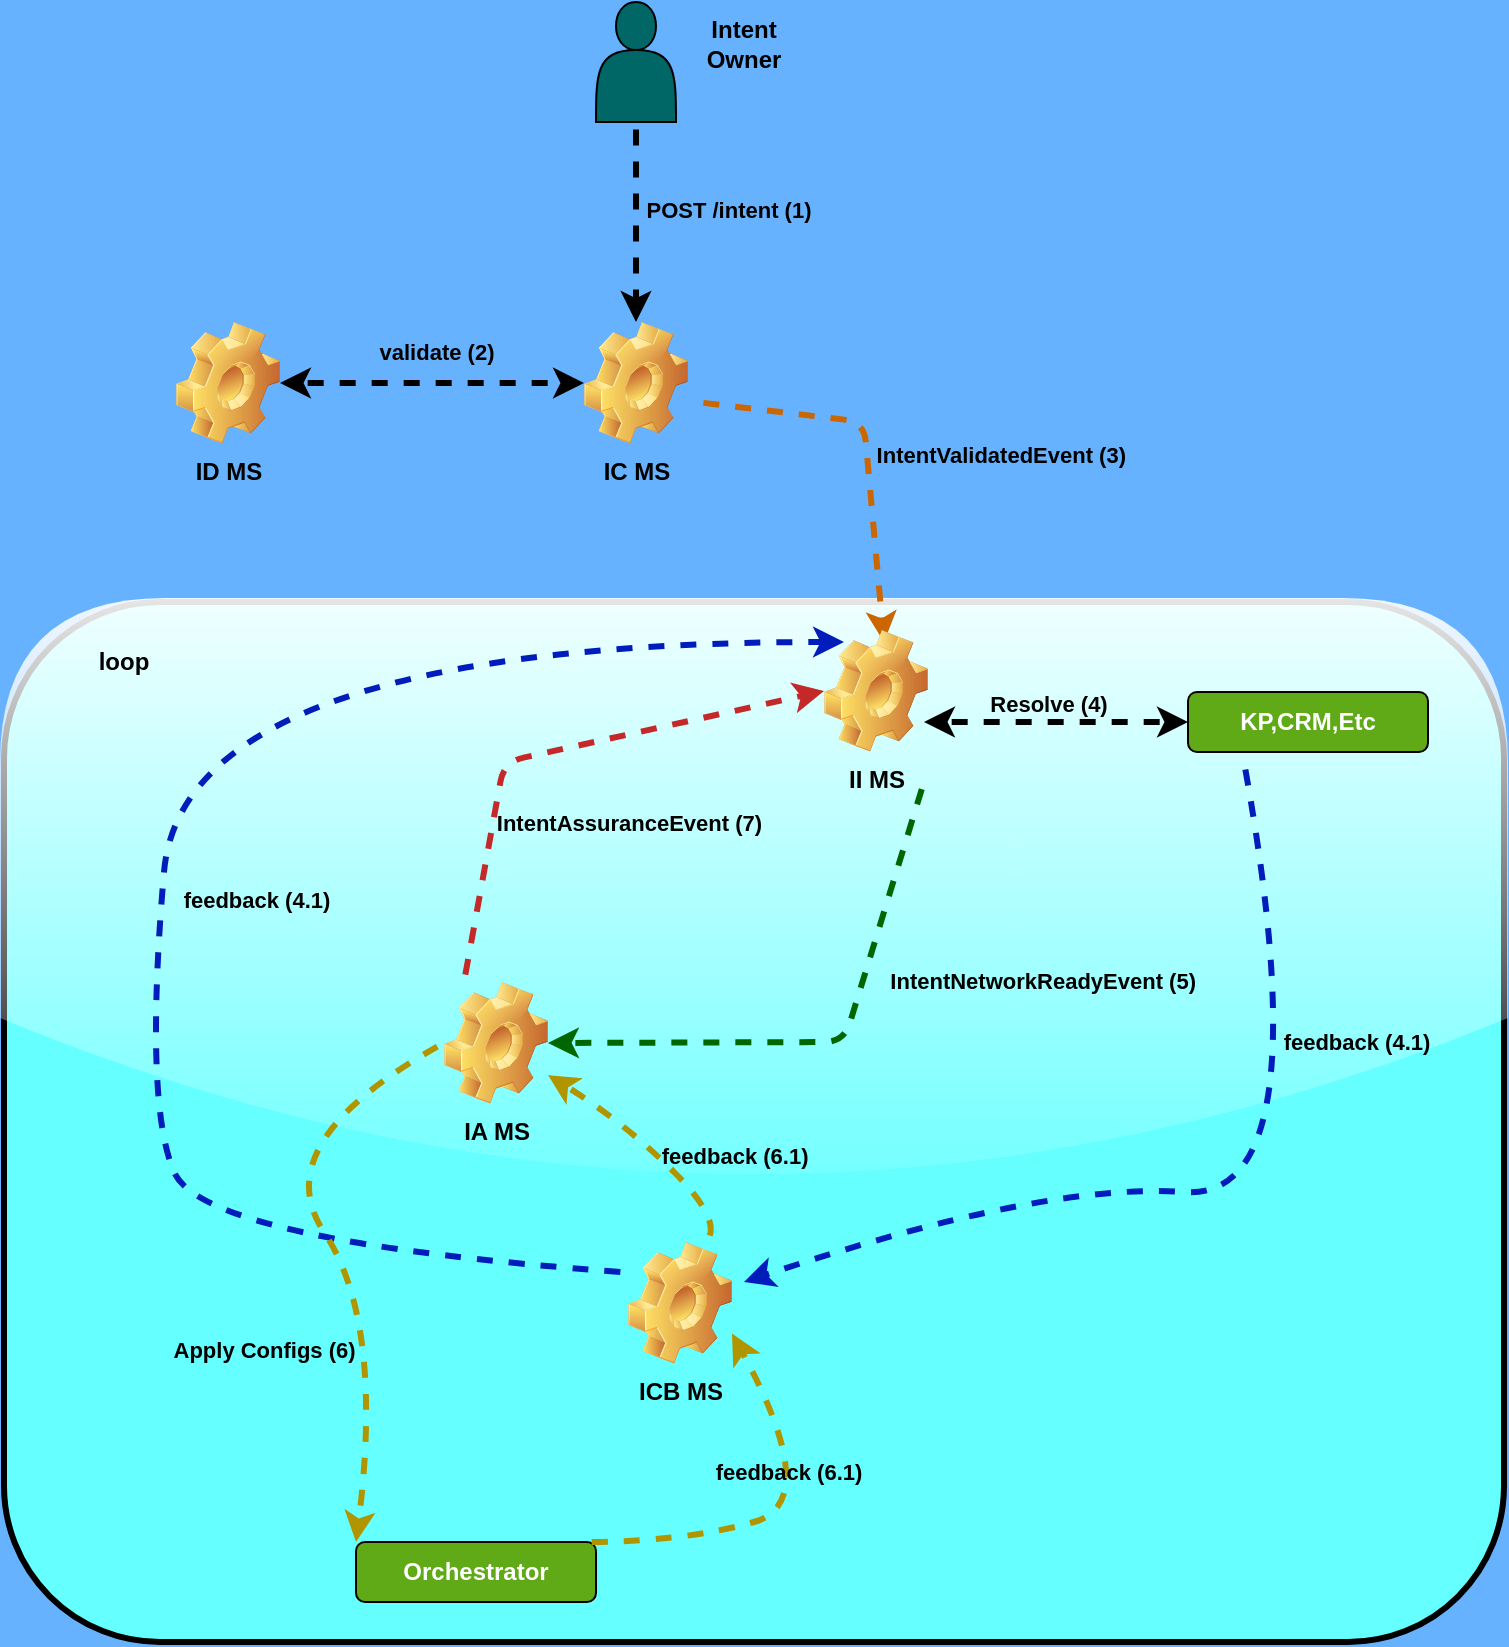
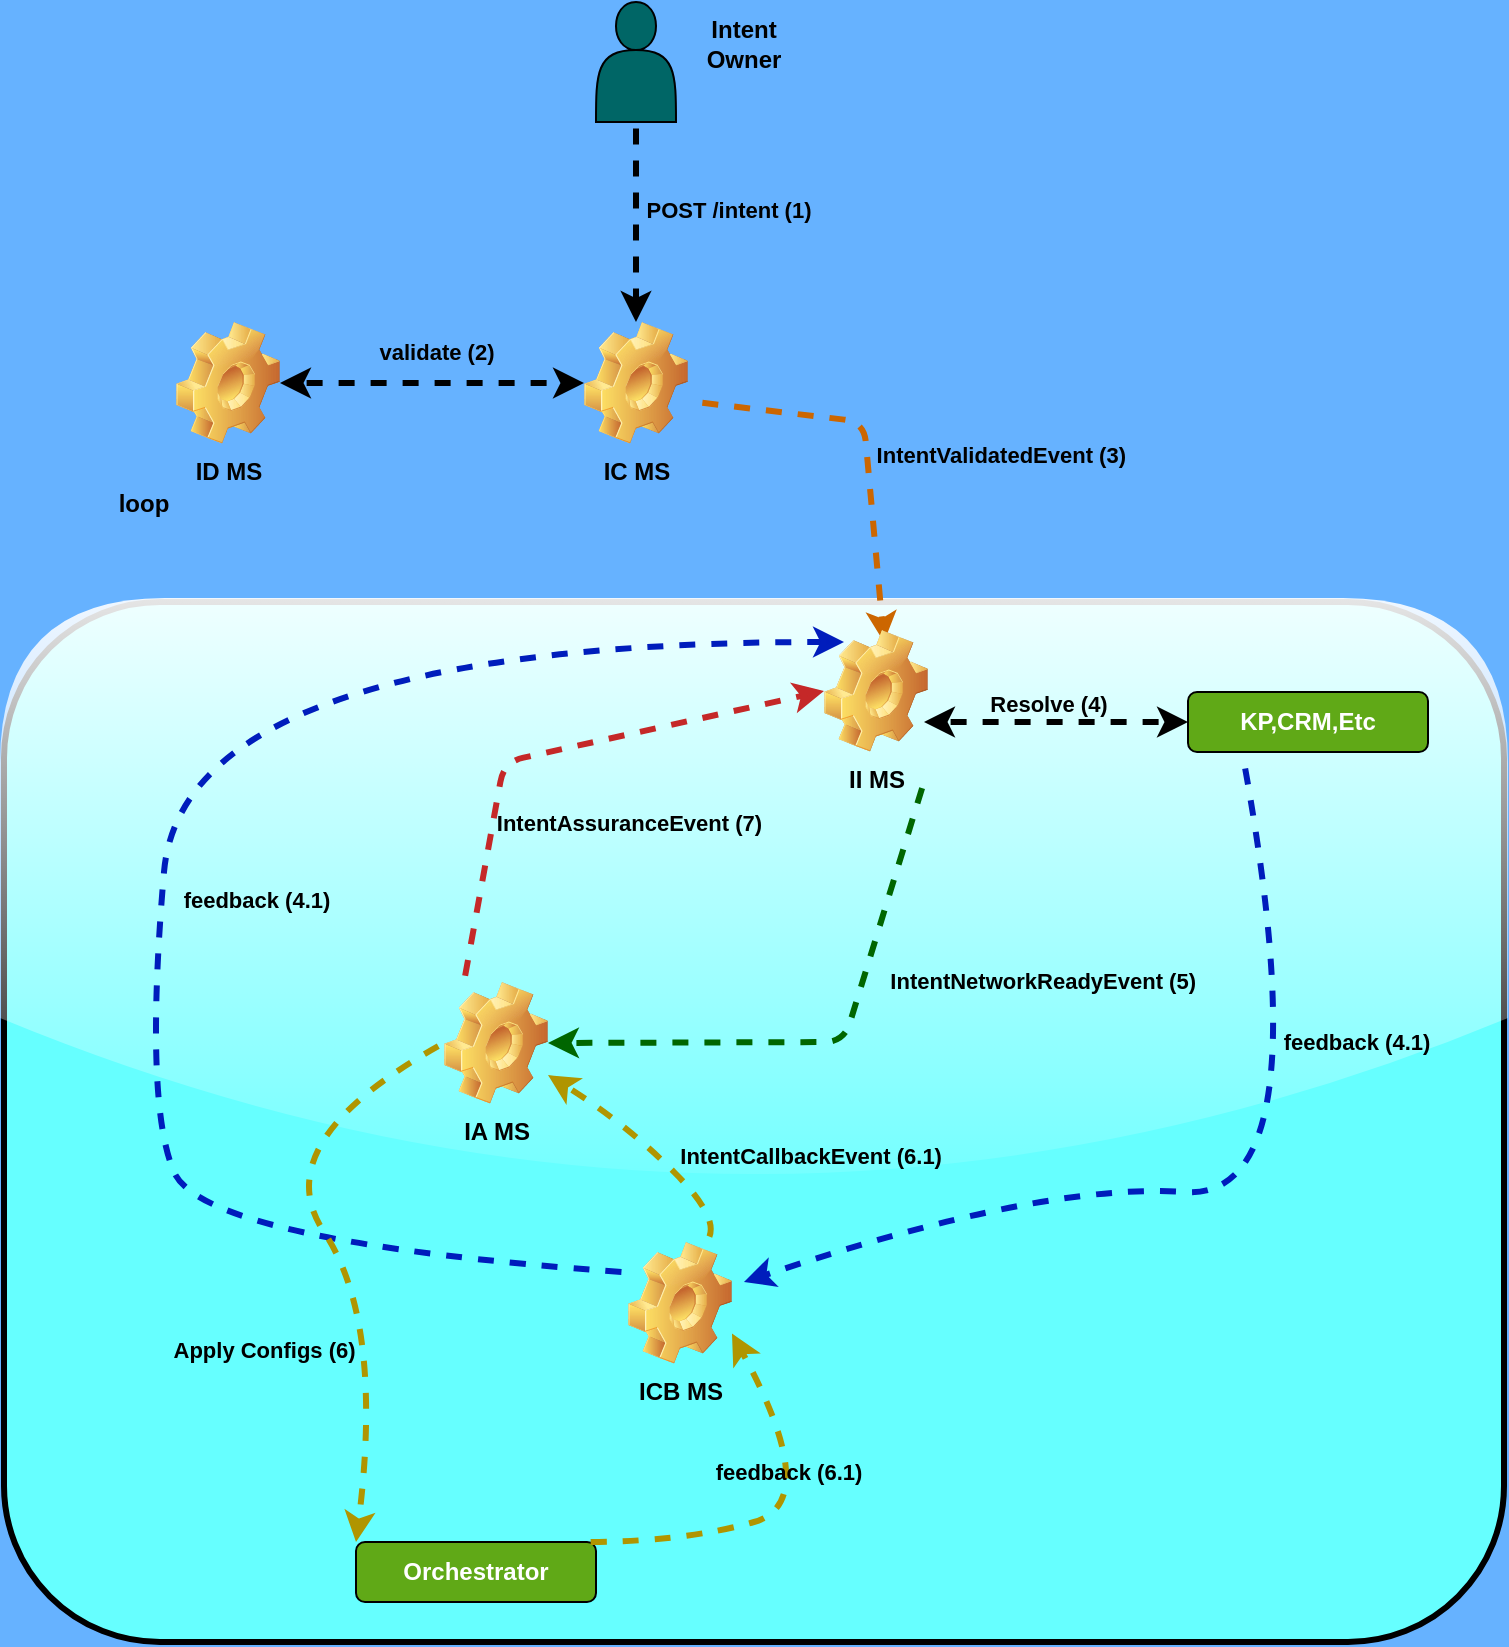
<mxfile host="65bd71144e">
    <diagram id="hkdiFI0e61aXNWWX01rr" name="Page-1">
-         <mxGraphModel dx="848" dy="798" grid="1" gridSize="10" guides="1" tooltips="1" connect="1" arrows="1" fold="1" page="1" pageScale="1" pageWidth="827" pageHeight="1169" background="#66B2FF" math="0" shadow="0" adaptiveColors="none">
+         <mxGraphModel dx="904" dy="851" grid="1" gridSize="10" guides="1" tooltips="1" connect="1" arrows="1" fold="1" page="1" pageScale="1" pageWidth="827" pageHeight="1169" background="#66B2FF" math="0" shadow="0" adaptiveColors="none">
            <root>
                <mxCell id="0"/>
                <mxCell id="1" parent="0"/>
                <mxCell id="44" value="" style="rounded=1;whiteSpace=wrap;html=1;strokeWidth=3;glass=1;shadow=0;fillStyle=auto;fillColor=#66FFFF;fontColor=default;strokeColor=default;" parent="1" vertex="1">
-                     <mxGeometry x="50" y="370" width="750" height="520" as="geometry"/>
+                     <mxGeometry x="40" y="449" width="750" height="520" as="geometry"/>
                </mxCell>
                <mxCell id="2" value="IA MS" style="shape=image;html=1;verticalLabelPosition=bottom;verticalAlign=top;imageAspect=1;aspect=fixed;image=img/clipart/Gear_128x128.png;container=0;fontStyle=1" parent="1" vertex="1">
-                     <mxGeometry x="270" y="560" width="52" height="61" as="geometry"/>
+                     <mxGeometry x="260" y="639" width="52" height="61" as="geometry"/>
                </mxCell>
                <mxCell id="7" value="" style="endArrow=classic;html=1;shadow=0;flowAnimation=1;strokeWidth=3;strokeColor=light-dark(#c52828, #ededed);entryX=0;entryY=0.5;entryDx=0;entryDy=0;" parent="1" edge="1" target="28">
                    <mxGeometry width="50" height="50" relative="1" as="geometry">
-                         <mxPoint x="280" y="560" as="sourcePoint"/>
-                         <mxPoint x="440" y="410" as="targetPoint"/>
+                         <mxPoint x="270" y="639" as="sourcePoint"/>
+                         <mxPoint x="430" y="489" as="targetPoint"/>
                        <Array as="points">
-                             <mxPoint x="300" y="450"/>
+                             <mxPoint x="290" y="529"/>
                        </Array>
                    </mxGeometry>
                </mxCell>
                <mxCell id="9" value="IntentNetworkReadyEvent (5)" style="edgeLabel;align=center;verticalAlign=middle;resizable=0;points=[];container=0;fontColor=default;labelBackgroundColor=none;fontStyle=1;" parent="7" vertex="1" connectable="0">
                    <mxGeometry x="0.0249" y="3" relative="1" as="geometry">
                        <mxPoint x="241" y="118" as="offset"/>
                    </mxGeometry>
                </mxCell>
                <mxCell id="8" value="" style="endArrow=classic;html=1;entryX=1;entryY=0.5;entryDx=0;entryDy=0;exitX=1;exitY=1;exitDx=0;exitDy=0;flowAnimation=1;jumpStyle=arc;strokeWidth=3;strokeColor=#006600;" parent="1" target="2" edge="1">
                    <mxGeometry width="50" height="50" relative="1" as="geometry">
-                         <mxPoint x="510" y="460" as="sourcePoint"/>
-                         <mxPoint x="480" y="640" as="targetPoint"/>
+                         <mxPoint x="500" y="539" as="sourcePoint"/>
+                         <mxPoint x="470" y="719" as="targetPoint"/>
                        <Array as="points">
-                             <mxPoint x="470" y="590"/>
+                             <mxPoint x="460" y="669"/>
                        </Array>
                    </mxGeometry>
                </mxCell>
                <mxCell id="10" value="IntentAssuranceEvent (7)" style="edgeLabel;align=center;verticalAlign=middle;resizable=0;points=[];container=0;labelBackgroundColor=none;fontStyle=1" parent="8" vertex="1" connectable="0">
                    <mxGeometry x="-0.196" relative="1" as="geometry">
                        <mxPoint x="-114" y="-89" as="offset"/>
                    </mxGeometry>
                </mxCell>
                <mxCell id="12" value="IC MS" style="shape=image;html=1;verticalLabelPosition=bottom;verticalAlign=top;imageAspect=1;aspect=fixed;image=img/clipart/Gear_128x128.png;fontStyle=1" parent="1" vertex="1">
-                     <mxGeometry x="340" y="230" width="52" height="61" as="geometry"/>
+                     <mxGeometry x="330" y="309" width="52" height="61" as="geometry"/>
                </mxCell>
                <mxCell id="13" value="" style="shape=actor;whiteSpace=wrap;html=1;fillColor=#006666;strokeColor=default;" parent="1" vertex="1">
-                     <mxGeometry x="346" y="70" width="40" height="60" as="geometry"/>
+                     <mxGeometry x="336" y="149" width="40" height="60" as="geometry"/>
                </mxCell>
                <mxCell id="14" value="" style="endArrow=classic;html=1;exitX=0.5;exitY=1;exitDx=0;exitDy=0;strokeWidth=3;flowAnimation=1;" parent="1" source="13" target="12" edge="1">
                    <mxGeometry width="50" height="50" relative="1" as="geometry">
-                         <mxPoint x="440" y="300" as="sourcePoint"/>
-                         <mxPoint x="490" y="250" as="targetPoint"/>
+                         <mxPoint x="430" y="379" as="sourcePoint"/>
+                         <mxPoint x="480" y="329" as="targetPoint"/>
                    </mxGeometry>
                </mxCell>
                <mxCell id="17" value="POST /intent (1)" style="edgeLabel;html=1;align=center;verticalAlign=middle;resizable=0;points=[];fontColor=default;fontStyle=1;labelBackgroundColor=none;" parent="14" vertex="1" connectable="0">
                    <mxGeometry x="-0.13" relative="1" as="geometry">
                        <mxPoint x="46" as="offset"/>
                    </mxGeometry>
                </mxCell>
                <mxCell id="15" value="ICB MS" style="shape=image;html=1;verticalLabelPosition=bottom;verticalAlign=top;imageAspect=1;aspect=fixed;image=img/clipart/Gear_128x128.png;fontStyle=1" parent="1" vertex="1">
-                     <mxGeometry x="362" y="690" width="52" height="61" as="geometry"/>
+                     <mxGeometry x="352" y="769" width="52" height="61" as="geometry"/>
                </mxCell>
                <mxCell id="16" value="" style="endArrow=classic;html=1;exitX=0.5;exitY=1;exitDx=0;exitDy=0;strokeWidth=3;flowAnimation=1;jumpStyle=arc;strokeColor=#CC6600;" parent="1" edge="1">
                    <mxGeometry width="50" height="50" relative="1" as="geometry">
-                         <mxPoint x="396" y="270" as="sourcePoint"/>
-                         <mxPoint x="490" y="390" as="targetPoint"/>
+                         <mxPoint x="386" y="349" as="sourcePoint"/>
+                         <mxPoint x="480" y="469" as="targetPoint"/>
                        <Array as="points">
-                             <mxPoint x="480" y="280"/>
+                             <mxPoint x="470" y="359"/>
                        </Array>
                    </mxGeometry>
                </mxCell>
                <mxCell id="18" value="IntentValidatedEvent (3)" style="edgeLabel;align=center;verticalAlign=middle;resizable=0;points=[];fontColor=default;fontStyle=1;labelBackgroundColor=none;" parent="16" vertex="1" connectable="0">
                    <mxGeometry x="0.0229" y="-3" relative="1" as="geometry">
                        <mxPoint x="70" as="offset"/>
                    </mxGeometry>
                </mxCell>
                <mxCell id="21" value="Orchestrator" style="rounded=1;whiteSpace=wrap;html=1;fillColor=#60a917;fontColor=#ffffff;strokeColor=default;fontStyle=1" parent="1" vertex="1">
-                     <mxGeometry x="226" y="840" width="120" height="30" as="geometry"/>
+                     <mxGeometry x="216" y="919" width="120" height="30" as="geometry"/>
                </mxCell>
                <mxCell id="22" value="Intent Owner" style="text;html=1;align=center;verticalAlign=middle;whiteSpace=wrap;rounded=0;fontStyle=1" parent="1" vertex="1">
-                     <mxGeometry x="390" y="76" width="60" height="30" as="geometry"/>
+                     <mxGeometry x="380" y="155" width="60" height="30" as="geometry"/>
                </mxCell>
                <mxCell id="23" value="KP,CRM,Etc" style="rounded=1;whiteSpace=wrap;html=1;fillColor=#60a917;fontColor=#ffffff;strokeColor=default;fontStyle=1" parent="1" vertex="1">
-                     <mxGeometry x="642" y="415" width="120" height="30" as="geometry"/>
+                     <mxGeometry x="632" y="494" width="120" height="30" as="geometry"/>
                </mxCell>
                <mxCell id="25" value="" style="endArrow=classic;startArrow=classic;html=1;exitX=1;exitY=0.5;exitDx=0;exitDy=0;entryX=0;entryY=0.5;entryDx=0;entryDy=0;endSize=6;strokeWidth=3;flowAnimation=1;" parent="1" target="23" edge="1">
                    <mxGeometry width="50" height="50" relative="1" as="geometry">
-                         <mxPoint x="510" y="430" as="sourcePoint"/>
-                         <mxPoint x="600" y="440" as="targetPoint"/>
+                         <mxPoint x="500" y="509" as="sourcePoint"/>
+                         <mxPoint x="590" y="519" as="targetPoint"/>
                    </mxGeometry>
                </mxCell>
                <mxCell id="34" value="Resolve (4)" style="edgeLabel;html=1;align=center;verticalAlign=middle;resizable=0;points=[];fontStyle=1;labelBackgroundColor=none;" parent="25" vertex="1" connectable="0">
                    <mxGeometry x="-0.0667" relative="1" as="geometry">
                        <mxPoint y="-9" as="offset"/>
                    </mxGeometry>
                </mxCell>
                <mxCell id="28" value="II MS" style="shape=image;html=1;verticalLabelPosition=bottom;verticalAlign=top;imageAspect=1;aspect=fixed;image=img/clipart/Gear_128x128.png;fontStyle=1" parent="1" vertex="1">
-                     <mxGeometry x="460" y="384" width="52" height="61" as="geometry"/>
+                     <mxGeometry x="450" y="463" width="52" height="61" as="geometry"/>
                </mxCell>
                <mxCell id="29" value="ID MS" style="shape=image;html=1;verticalLabelPosition=bottom;verticalAlign=top;imageAspect=1;aspect=fixed;image=img/clipart/Gear_128x128.png;fontStyle=1" parent="1" vertex="1">
-                     <mxGeometry x="136" y="230" width="52" height="61" as="geometry"/>
+                     <mxGeometry x="126" y="309" width="52" height="61" as="geometry"/>
                </mxCell>
                <mxCell id="30" value="" style="endArrow=classic;startArrow=classic;html=1;exitX=1;exitY=0.5;exitDx=0;exitDy=0;entryX=0;entryY=0.5;entryDx=0;entryDy=0;strokeWidth=3;flowAnimation=1;" parent="1" source="29" target="12" edge="1">
                    <mxGeometry width="50" height="50" relative="1" as="geometry">
-                         <mxPoint x="290" y="390" as="sourcePoint"/>
-                         <mxPoint x="340" y="340" as="targetPoint"/>
+                         <mxPoint x="280" y="469" as="sourcePoint"/>
+                         <mxPoint x="330" y="419" as="targetPoint"/>
                    </mxGeometry>
                </mxCell>
                <mxCell id="31" value="validate (2)" style="edgeLabel;html=1;align=center;verticalAlign=middle;resizable=0;points=[];fontStyle=1;labelBackgroundColor=none;" parent="30" vertex="1" connectable="0">
                    <mxGeometry y="2" relative="1" as="geometry">
                        <mxPoint x="2" y="-14" as="offset"/>
                    </mxGeometry>
                </mxCell>
                <mxCell id="32" value="" style="curved=1;endArrow=classic;html=1;strokeWidth=3;flowAnimation=1;fillColor=#0050ef;strokeColor=#001DBC;" parent="1" edge="1">
                    <mxGeometry width="50" height="50" relative="1" as="geometry">
-                         <mxPoint x="670" y="450" as="sourcePoint"/>
-                         <mxPoint x="420" y="710" as="targetPoint"/>
+                         <mxPoint x="660" y="529" as="sourcePoint"/>
+                         <mxPoint x="410" y="789" as="targetPoint"/>
                        <Array as="points">
-                             <mxPoint x="710" y="670"/>
-                             <mxPoint x="570" y="660"/>
+                             <mxPoint x="700" y="749"/>
+                             <mxPoint x="560" y="739"/>
                        </Array>
                    </mxGeometry>
                </mxCell>
                <mxCell id="35" value="feedback (4.1)" style="edgeLabel;html=1;align=center;verticalAlign=middle;resizable=0;points=[];fontStyle=1;labelBackgroundColor=none;" parent="32" vertex="1" connectable="0">
                    <mxGeometry x="-0.3546" y="-15" relative="1" as="geometry">
                        <mxPoint x="40" y="-29" as="offset"/>
                    </mxGeometry>
                </mxCell>
                <mxCell id="33" value="" style="curved=1;endArrow=classic;html=1;exitX=0;exitY=0.25;exitDx=0;exitDy=0;strokeWidth=3;flowAnimation=1;fillColor=#0050ef;strokeColor=#001DBC;" parent="1" source="15" edge="1">
                    <mxGeometry width="50" height="50" relative="1" as="geometry">
-                         <mxPoint x="100" y="690" as="sourcePoint"/>
-                         <mxPoint x="470" y="390" as="targetPoint"/>
+                         <mxPoint x="90" y="769" as="sourcePoint"/>
+                         <mxPoint x="460" y="469" as="targetPoint"/>
                        <Array as="points">
-                             <mxPoint x="150" y="690"/>
-                             <mxPoint x="120" y="620"/>
-                             <mxPoint x="140" y="390"/>
+                             <mxPoint x="140" y="769"/>
+                             <mxPoint x="110" y="699"/>
+                             <mxPoint x="130" y="469"/>
                        </Array>
                    </mxGeometry>
                </mxCell>
                <mxCell id="36" value="" style="curved=1;endArrow=classic;html=1;exitX=0;exitY=0.5;exitDx=0;exitDy=0;entryX=0;entryY=0;entryDx=0;entryDy=0;strokeWidth=3;fillColor=#e3c800;strokeColor=#B09500;flowAnimation=1;" parent="1" source="2" target="21" edge="1">
                    <mxGeometry width="50" height="50" relative="1" as="geometry">
-                         <mxPoint x="240" y="780" as="sourcePoint"/>
-                         <mxPoint x="290" y="730" as="targetPoint"/>
+                         <mxPoint x="230" y="859" as="sourcePoint"/>
+                         <mxPoint x="280" y="809" as="targetPoint"/>
                        <Array as="points">
-                             <mxPoint x="180" y="640"/>
-                             <mxPoint x="240" y="730"/>
+                             <mxPoint x="170" y="719"/>
+                             <mxPoint x="230" y="809"/>
                        </Array>
                    </mxGeometry>
                </mxCell>
                <mxCell id="37" value="Apply Configs (6)" style="edgeLabel;align=center;verticalAlign=middle;resizable=0;points=[];labelBackgroundColor=none;fontColor=default;fontStyle=1" parent="36" vertex="1" connectable="0">
                    <mxGeometry x="0.2297" y="-7" relative="1" as="geometry">
                        <mxPoint x="-47" y="20" as="offset"/>
                    </mxGeometry>
                </mxCell>
                <mxCell id="38" value="" style="curved=1;endArrow=classic;html=1;entryX=1;entryY=0.75;entryDx=0;entryDy=0;fillColor=#e3c800;strokeColor=#B09500;strokeWidth=3;flowAnimation=1;" parent="1" target="15" edge="1">
                    <mxGeometry width="50" height="50" relative="1" as="geometry">
-                         <mxPoint x="340" y="840" as="sourcePoint"/>
-                         <mxPoint x="390" y="790" as="targetPoint"/>
+                         <mxPoint x="330" y="919" as="sourcePoint"/>
+                         <mxPoint x="380" y="869" as="targetPoint"/>
                        <Array as="points">
-                             <mxPoint x="390" y="840"/>
-                             <mxPoint x="460" y="820"/>
+                             <mxPoint x="380" y="919"/>
+                             <mxPoint x="450" y="899"/>
                        </Array>
                    </mxGeometry>
                </mxCell>
                <mxCell id="39" value="feedback (6.1)" style="edgeLabel;html=1;align=center;verticalAlign=middle;resizable=0;points=[];fontStyle=1;labelBackgroundColor=none;" parent="38" vertex="1" connectable="0">
                    <mxGeometry x="0.3261" y="9" relative="1" as="geometry">
                        <mxPoint as="offset"/>
                    </mxGeometry>
                </mxCell>
                <mxCell id="40" value="" style="curved=1;endArrow=classic;html=1;exitX=0.75;exitY=0;exitDx=0;exitDy=0;fillColor=#e3c800;strokeColor=#B09500;strokeWidth=3;flowAnimation=1;" parent="1" source="15" target="2" edge="1">
                    <mxGeometry width="50" height="50" relative="1" as="geometry">
-                         <mxPoint x="360" y="680" as="sourcePoint"/>
-                         <mxPoint x="410" y="630" as="targetPoint"/>
+                         <mxPoint x="350" y="759" as="sourcePoint"/>
+                         <mxPoint x="400" y="709" as="targetPoint"/>
                        <Array as="points">
-                             <mxPoint x="410" y="680"/>
-                             <mxPoint x="360" y="630"/>
+                             <mxPoint x="400" y="759"/>
+                             <mxPoint x="350" y="709"/>
                        </Array>
                    </mxGeometry>
                </mxCell>
-                 <mxCell id="41" value="feedback (6.1)" style="edgeLabel;align=center;verticalAlign=middle;resizable=0;points=[];fontStyle=1;labelBackgroundColor=none;" parent="40" vertex="1" connectable="0">
+                 <mxCell id="41" value="IntentCallbackEvent (6.1)" style="edgeLabel;align=center;verticalAlign=middle;resizable=0;points=[];fontStyle=1;labelBackgroundColor=none;fontColor=default;" parent="40" vertex="1" connectable="0">
                    <mxGeometry x="-0.0281" relative="1" as="geometry">
-                         <mxPoint x="40" y="1" as="offset"/>
+                         <mxPoint x="78" y="1" as="offset"/>
                    </mxGeometry>
                </mxCell>
                <mxCell id="42" value="feedback (4.1)" style="edgeLabel;html=1;align=center;verticalAlign=middle;resizable=0;points=[];fontStyle=1;labelBackgroundColor=none;" parent="1" vertex="1" connectable="0">
-                     <mxGeometry x="175.29470496609838" y="518.9734264697843" as="geometry"/>
+                     <mxGeometry x="165.29470496609838" y="597.9734264697843" as="geometry"/>
                </mxCell>
                <mxCell id="45" value="loop" style="text;html=1;align=center;verticalAlign=middle;whiteSpace=wrap;rounded=0;fontStyle=1" vertex="1" parent="1">
                    <mxGeometry x="80" y="385" width="60" height="30" as="geometry"/>
                </mxCell>
            </root>
        </mxGraphModel>
    </diagram>
</mxfile>